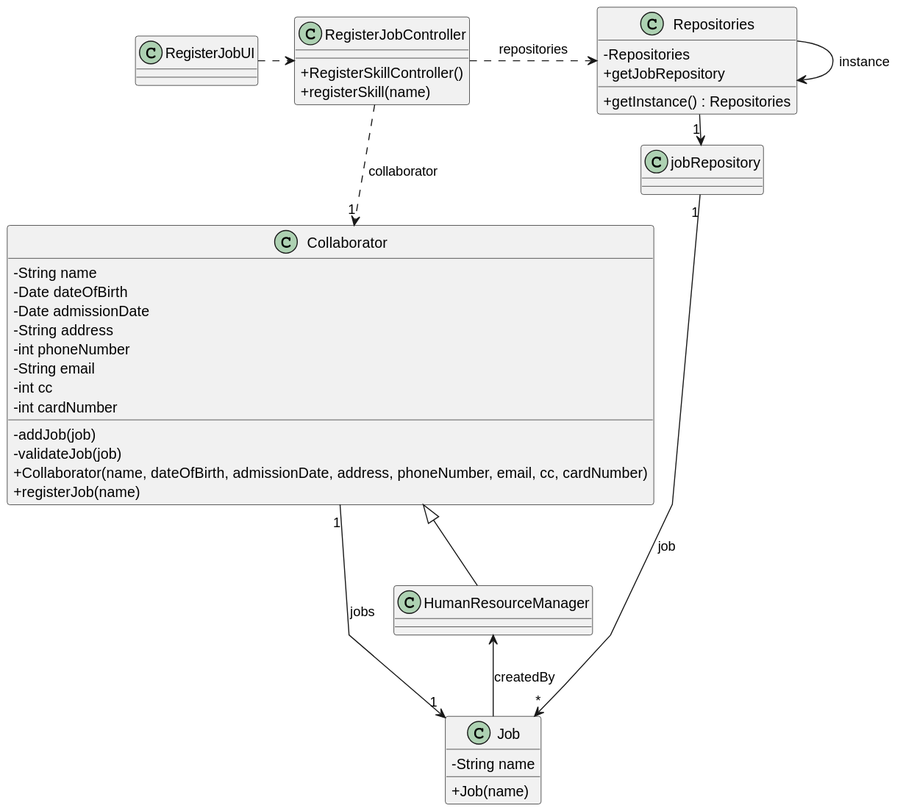
The PlantUML diagram docs/sprint2/us02/03.design/svg/us02-class-diagram.svg in Departamento-de-Engenharia-Informatica/lei-24-s2-1db-g022, before a commit. Its diagram source:
```plantuml
@startuml
skinparam packageStyle rectangle
skinparam shadowing false
skinparam linetype polyline

skinparam classAttributeIconSize 0


class Job {
    - String name

        + Job(name)
}

class Collaborator {
    -String name
    -Date dateOfBirth
    -Date admissionDate
    -String address
    -int phoneNumber
    -String email
    -int cc
    -int cardNumber

    - addJob(job)
    - validateJob(job)
    + Collaborator(name, dateOfBirth, admissionDate, address, phoneNumber, email, cc, cardNumber)
    + registerJob(name)
}

class RegisterJobController {
    + RegisterSkillController()
    + registerSkill(name)
}

class RegisterJobUI {
}

class Repositories {
    - Repositories
    + getInstance() : Repositories
    + getJobRepository
}

class jobRepository {
}

RegisterJobController .> Repositories : repositories
RegisterJobUI .> RegisterJobController
Repositories -> Repositories : instance
Repositories -> "1" jobRepository

jobRepository "1" --> "*" Job : job
RegisterJobController ..> "1" Collaborator : collaborator
Collaborator "1" --> "1" Job : jobs
Collaborator  <|--  HumanResourceManager

HumanResourceManager <--  Job: createdBy
@enduml
```
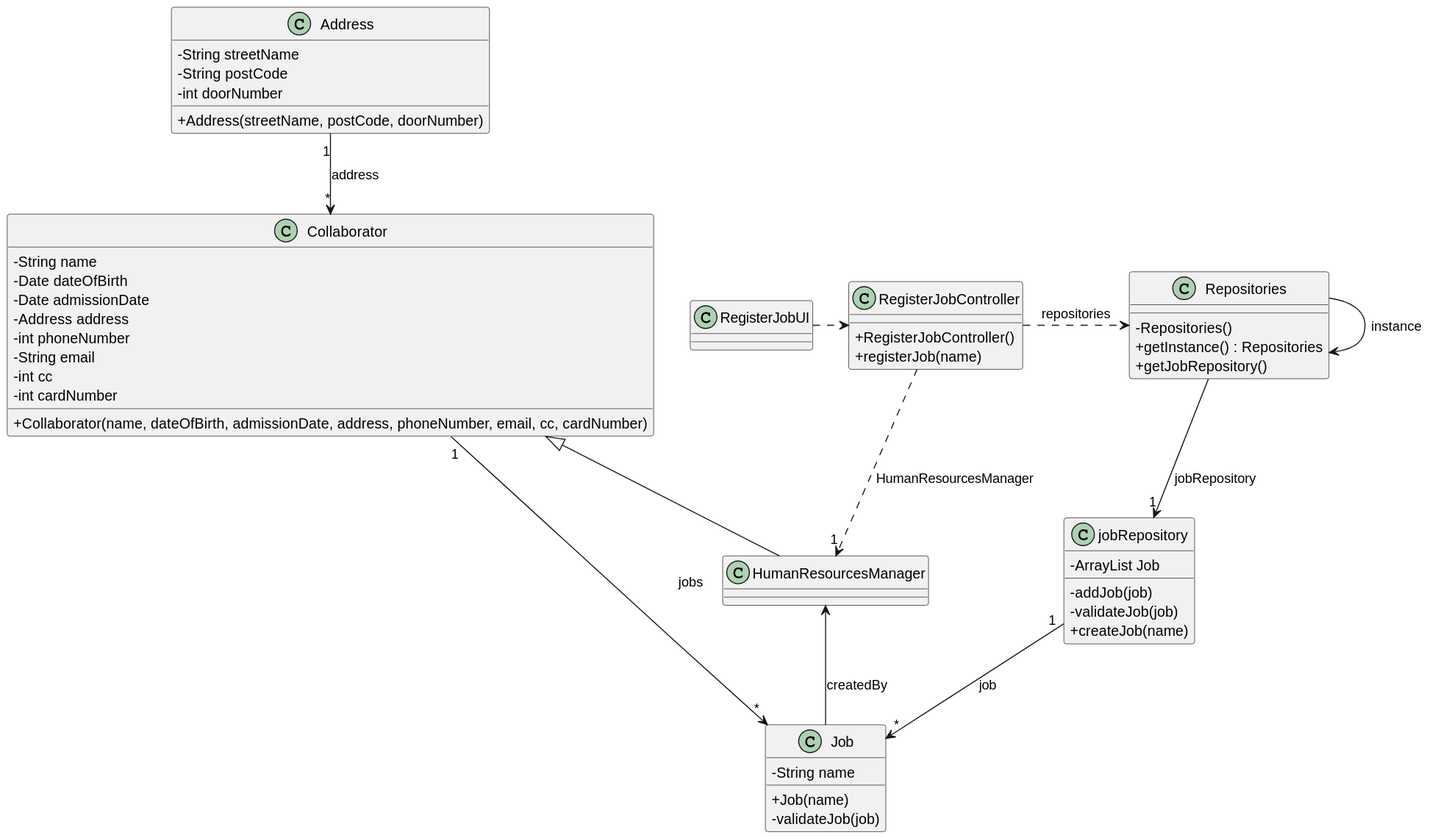
After the commit.

Commit message:
Realization of the design US02. - Sequence diagram and class diagram

Change to the diagram source:
```diff
@@ -9,51 +9,66 @@
 class Job {
     - String name
 
-        + Job(name)
+    + Job(name)
+    - validateJob(job)
+}
+
+class RegisterJobController {
+
+    + RegisterJobController()
+    + registerJob(name)
+}
+
+class RegisterJobUI {
 }
 
 class Collaborator {
     -String name
     -Date dateOfBirth
     -Date admissionDate
-    -String address
+    -Address address
     -int phoneNumber
     -String email
     -int cc
     -int cardNumber
 
-    - addJob(job)
-    - validateJob(job)
     + Collaborator(name, dateOfBirth, admissionDate, address, phoneNumber, email, cc, cardNumber)
-    + registerJob(name)
 }
 
-class RegisterJobController {
-    + RegisterSkillController()
-    + registerSkill(name)
+class Address{
+    -String streetName
+    -String postCode
+    -int doorNumber
+
+    +Address(streetName, postCode, doorNumber)
 }
 
-class RegisterJobUI {
+class HumanResourcesManager {
 }
 
 class Repositories {
-    - Repositories
+
+    - Repositories()
     + getInstance() : Repositories
-    + getJobRepository
+    + getJobRepository()
 }
 
 class jobRepository {
+    - ArrayList Job
+
+    - addJob(job)
+    - validateJob(job)
+    + createJob(name)
 }
 
 RegisterJobController .> Repositories : repositories
 RegisterJobUI .> RegisterJobController
 Repositories -> Repositories : instance
-Repositories -> "1" jobRepository
-
+Repositories --> "1" jobRepository : jobRepository
 jobRepository "1" --> "*" Job : job
-RegisterJobController ..> "1" Collaborator : collaborator
-Collaborator "1" --> "1" Job : jobs
-Collaborator  <|--  HumanResourceManager
-
-HumanResourceManager <--  Job: createdBy
+Collaborator  <|--  HumanResourcesManager
+RegisterJobController ..> "1" HumanResourcesManager : HumanResourcesManager
+HumanResourcesManager <--  Job: createdBy
+Collaborator "1" --> "*" Job : jobs
+Address "1" --> "*" Collaborator : address
 @enduml
```
